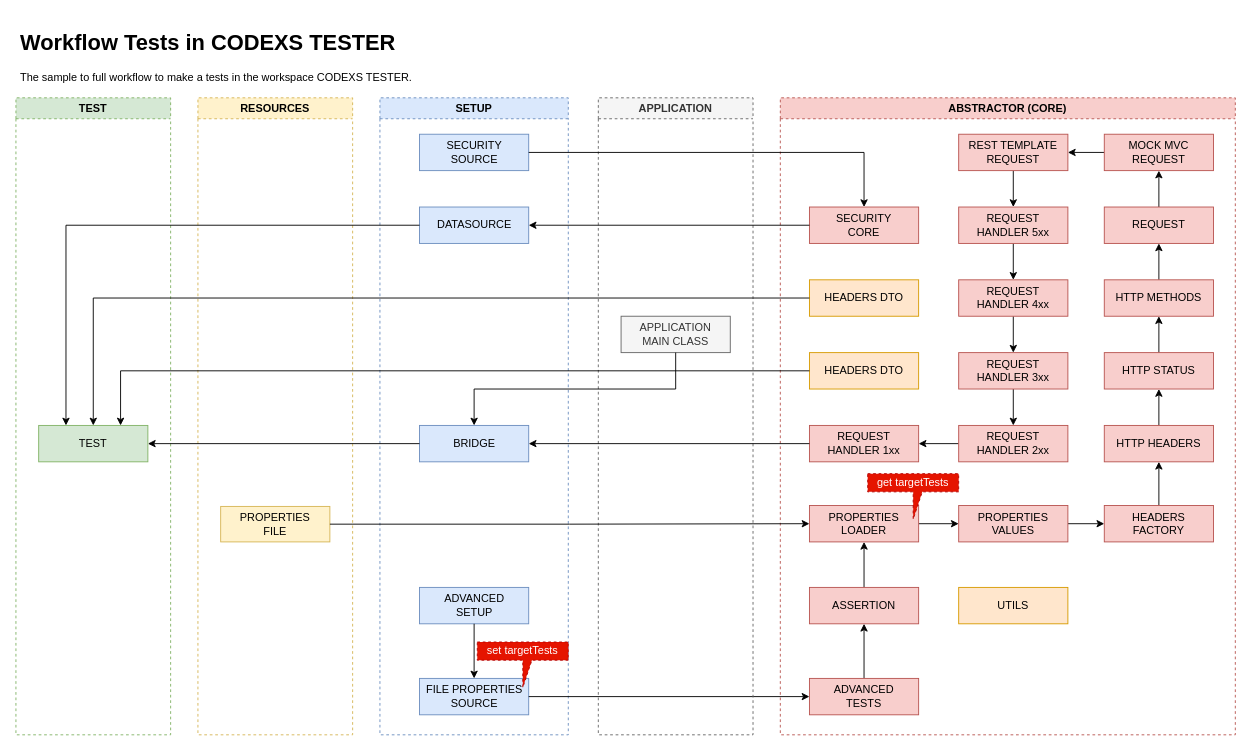
Before: page "Full" (3 of 3) of src/data/midias/codexstester-diagram-flow.drawio in huntercodexs/codexstester, a draw.io diagram. Source tidied: cells renumbered, new cells numbered last; positions are measured from the earlier drawing's top-left corner, leaving out a move shared by most shapes. Both pictures are drawn from the tidied source at 91%, with x=0, y=0 at pixel (15, 25).
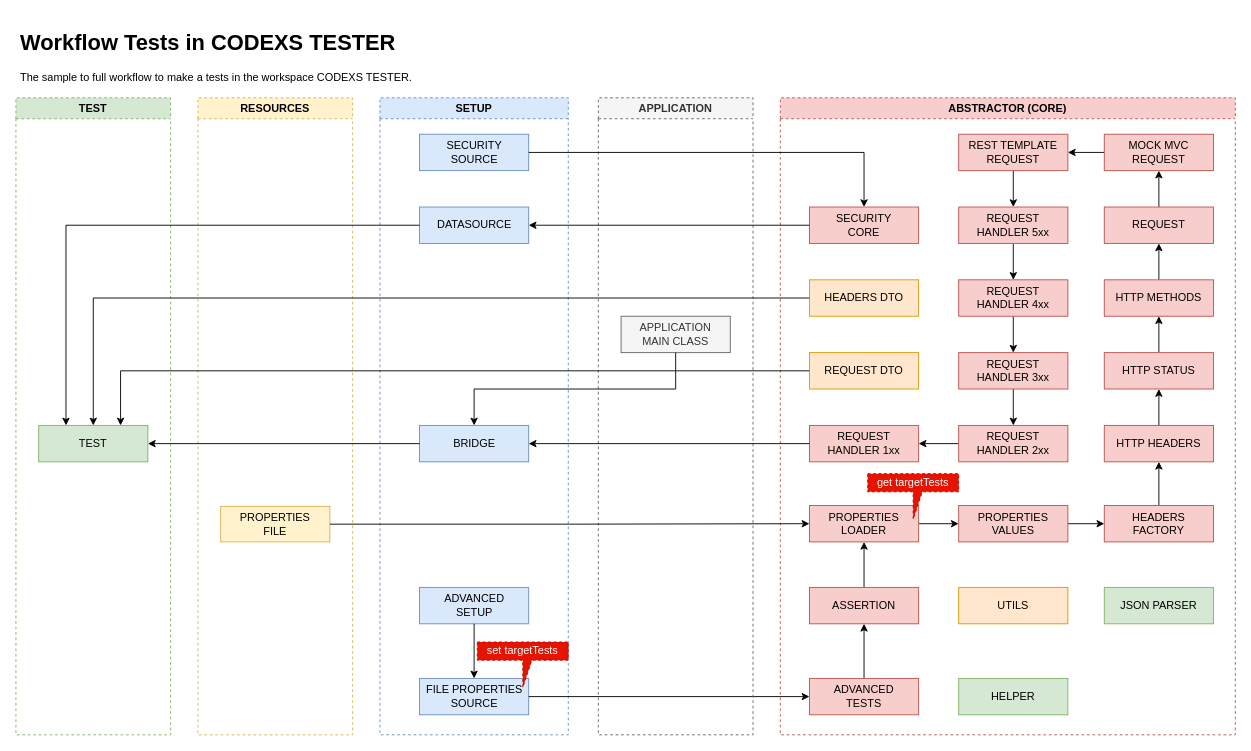
After the change.

The change refers to these unchanged cells:
```xml
<mxCell id="13" value="ABSTRACTOR (CORE)" style="swimlane;whiteSpace=wrap;html=1;dashed=1;fillColor=#f8cecc;strokeColor=#b85450;" parent="1" vertex="1">
  <mxGeometry x="840" y="80" width="500" height="700" as="geometry" />
</mxCell>
```

Change to the diagram source:
```diff
@@
-    <mxCell id="43" value="&lt;div&gt;HEADERS DTO&lt;br&gt;&lt;/div&gt;" style="whiteSpace=wrap;html=1;rounded=0;fillColor=#ffe6cc;strokeColor=#d79b00;" parent="13" vertex="1">
+    <mxCell id="43" value="&lt;div&gt;REQUEST DTO&lt;br&gt;&lt;/div&gt;" style="whiteSpace=wrap;html=1;rounded=0;fillColor=#ffe6cc;strokeColor=#d79b00;" parent="13" vertex="1">
       <mxGeometry x="32" y="280" width="120" height="40" as="geometry" />
     </mxCell>
@@
+    <mxCell id="64" value="HELPER" style="whiteSpace=wrap;html=1;rounded=0;fillColor=#d5e8d4;strokeColor=#82b366;" parent="13" vertex="1">
+      <mxGeometry x="196" y="638" width="120" height="40" as="geometry" />
+    </mxCell>
+    <mxCell id="65" value="JSON PARSER" style="whiteSpace=wrap;html=1;rounded=0;fillColor=#d5e8d4;strokeColor=#82b366;" parent="13" vertex="1">
+      <mxGeometry x="356" y="538" width="120" height="40" as="geometry" />
+    </mxCell>
```
